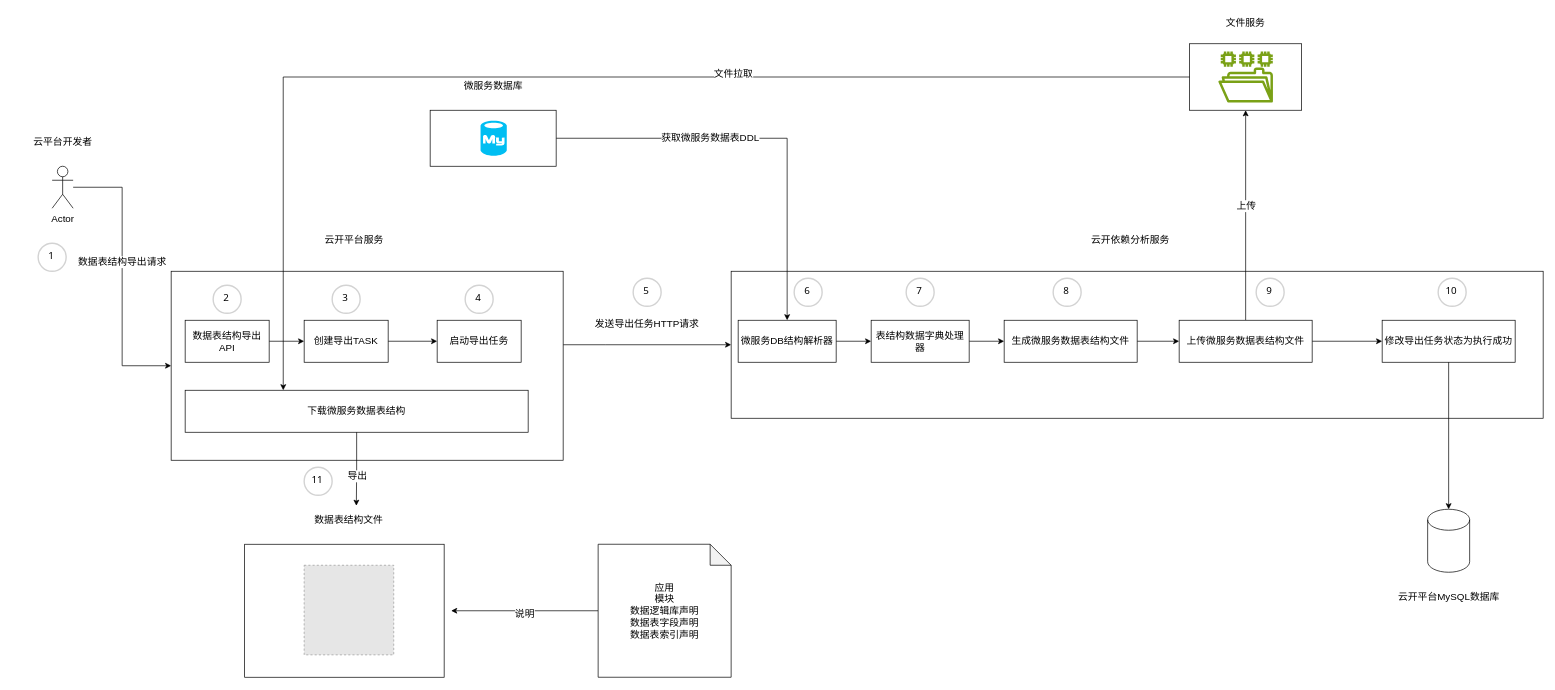
strongant/android keeps this draw.io diagram as 数据表结构导出TASK.drawio. Above is the earlier version. Source tidied: cells renumbered, new cells numbered last; positions are measured from the earlier drawing's top-left corner, leaving out a move shared by most shapes. Both pictures are drawn from the tidied source at 70%, with x=0, y=0 at pixel (11, 12). Pictures stored in the file or linked from it are replaced by grey dashed boxes.
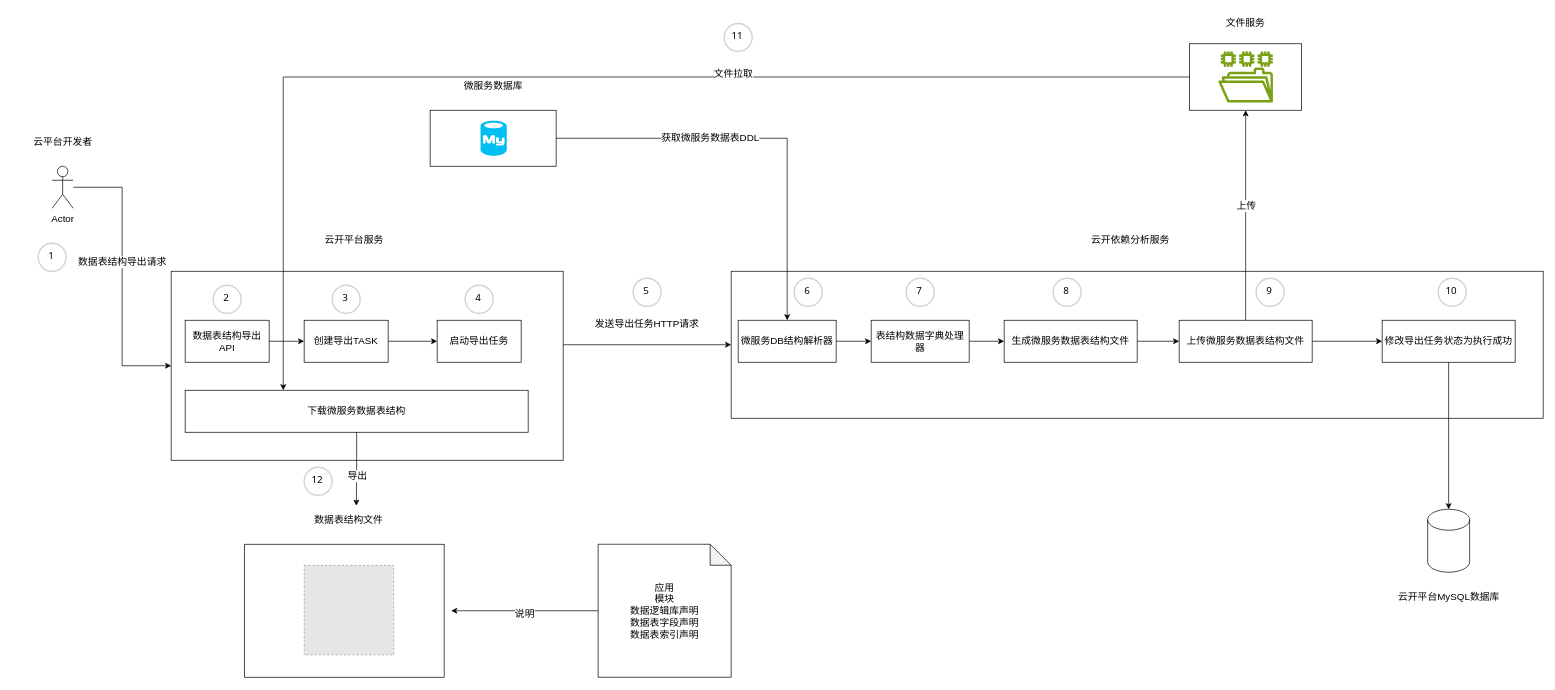
After the change.

Commit message (it also covers changes not shown here):
Update 数据表结构导出TASK.drawio

Change to the diagram source:
```diff
@@
-    <mxCell id="60" value="11" style="ellipse;whiteSpace=wrap;html=1;strokeWidth=2;fontFamily=Tahoma;spacingBottom=4;spacingRight=2;strokeColor=#d3d3d3;fontSize=14;" parent="1" vertex="1">
+    <mxCell id="60" value="12" style="ellipse;whiteSpace=wrap;html=1;strokeWidth=2;fontFamily=Tahoma;spacingBottom=4;spacingRight=2;strokeColor=#d3d3d3;fontSize=14;" parent="1" vertex="1">
       <mxGeometry x="418" y="650" width="40" height="40" as="geometry" />
     </mxCell>
+    <mxCell id="61" value="11" style="ellipse;whiteSpace=wrap;html=1;strokeWidth=2;fontFamily=Tahoma;spacingBottom=4;spacingRight=2;strokeColor=#d3d3d3;fontSize=14;" parent="1" vertex="1">
+      <mxGeometry x="1018" y="16" width="40" height="40" as="geometry" />
+    </mxCell>
```
